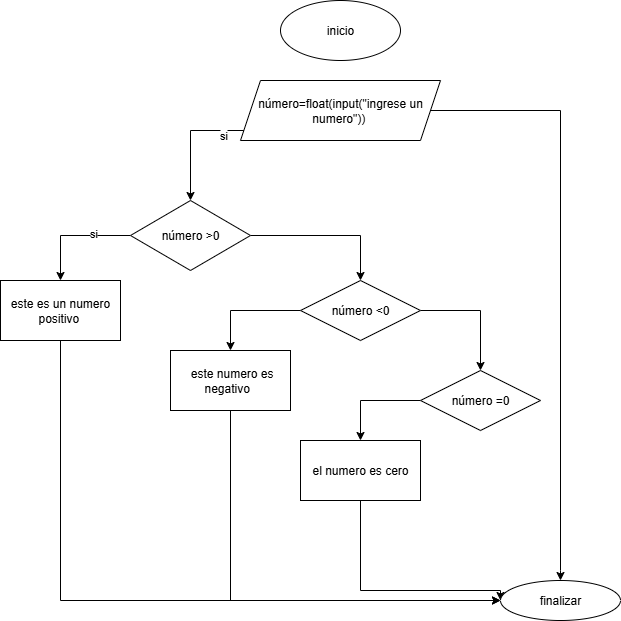
The draw.io diagram diagramas_de_flujo/ejercicio 1.png in juan-tarapues01/Programacion-de-Software, before a commit. Source tidied: cells renumbered, new cells last; positions are measured from the earlier drawing's top-left corner, leaving out a move shared by most shapes.
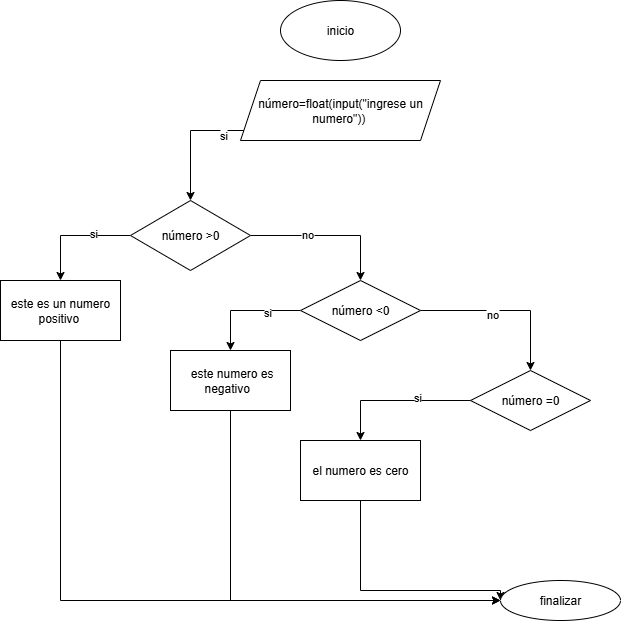
The same file after the commit.

Diff of the diagram source:
```diff
@@ -25,6 +25,11 @@
     <mxCell id="7" style="edgeStyle=orthogonalEdgeStyle;rounded=0;jettySize=auto;html=1;exitX=1;exitY=0.5;exitDx=0;exitDy=0;entryX=0.5;entryY=0;entryDx=0;entryDy=0;" parent="1" edge="1" source="8" target="13">
       <mxGeometry relative="1" as="geometry" />
     </mxCell>
+    <mxCell id="23" value="no" style="edgeLabel;html=1;align=center;verticalAlign=middle;" parent="7" vertex="1">
+      <mxGeometry x="-0.28" y="2" relative="1" as="geometry">
+        <mxPoint x="-1" as="offset" />
+      </mxGeometry>
+    </mxCell>
     <mxCell id="8" value="número &amp;gt;0" style="rhombus;whiteSpace=wrap;html=1;" parent="1" vertex="1">
       <mxGeometry x="130" y="200" width="120" height="70" as="geometry" />
     </mxCell>
@@ -37,9 +42,23 @@
     <mxCell id="11" style="edgeStyle=orthogonalEdgeStyle;rounded=0;jettySize=auto;html=1;exitX=1;exitY=0.5;exitDx=0;exitDy=0;entryX=0.5;entryY=0;entryDx=0;entryDy=0;" parent="1" edge="1" source="13" target="15">
       <mxGeometry relative="1" as="geometry" />
     </mxCell>
+    <mxCell id="24" value="no" style="edgeLabel;html=1;align=center;verticalAlign=middle;" parent="11" vertex="1">
+      <mxGeometry x="-0.17" y="-3" relative="1" as="geometry">
+        <mxPoint x="-1" as="offset" />
+      </mxGeometry>
+    </mxCell>
     <mxCell id="12" style="edgeStyle=orthogonalEdgeStyle;rounded=0;jettySize=auto;html=1;entryX=0.5;entryY=0;entryDx=0;entryDy=0;" parent="1" edge="1" source="13" target="17">
-      <mxGeometry relative="1" as="geometry" />
+      <mxGeometry relative="1" as="geometry">
+        <Array as="points">
+          <mxPoint x="230" y="310" />
+        </Array>
+      </mxGeometry>
     </mxCell>
+    <mxCell id="25" value="si" style="edgeLabel;html=1;align=center;verticalAlign=middle;" parent="12" vertex="1">
+      <mxGeometry x="-0.38" y="1" relative="1" as="geometry">
+        <mxPoint x="-1" as="offset" />
+      </mxGeometry>
+    </mxCell>
     <mxCell id="13" value="número &amp;lt;0" style="rhombus;whiteSpace=wrap;html=1;" parent="1" vertex="1">
       <mxGeometry x="300" y="280" width="120" height="60" as="geometry" />
     </mxCell>
@@ -50,8 +69,13 @@
         </Array>
       </mxGeometry>
     </mxCell>
+    <mxCell id="26" value="si" style="edgeLabel;html=1;align=center;verticalAlign=middle;" parent="14" vertex="1">
+      <mxGeometry x="-0.28" y="-4" relative="1" as="geometry">
+        <mxPoint x="-1" as="offset" />
+      </mxGeometry>
+    </mxCell>
     <mxCell id="15" value="número =0" style="rhombus;whiteSpace=wrap;html=1;" parent="1" vertex="1">
-      <mxGeometry x="420" y="370" width="120" height="60" as="geometry" />
+      <mxGeometry x="470" y="370" width="120" height="60" as="geometry" />
     </mxCell>
     <mxCell id="16" style="edgeStyle=orthogonalEdgeStyle;rounded=0;jettySize=auto;html=1;exitX=0.5;exitY=1;exitDx=0;exitDy=0;entryX=0;entryY=0.5;entryDx=0;entryDy=0;" parent="1" edge="1" source="17" target="22">
       <mxGeometry relative="1" as="geometry" />
@@ -59,14 +83,6 @@
     <mxCell id="17" value="&amp;nbsp;este numero es negativo&amp;nbsp;&amp;nbsp;" style="rounded=0;whiteSpace=wrap;html=1;" parent="1" vertex="1">
       <mxGeometry x="170" y="350" width="120" height="60" as="geometry" />
     </mxCell>
-    <mxCell id="18" style="edgeStyle=orthogonalEdgeStyle;rounded=0;jettySize=auto;html=1;entryX=0.5;entryY=0;entryDx=0;entryDy=0;" parent="1" edge="1" source="19" target="22">
-      <mxGeometry relative="1" as="geometry">
-        <Array as="points">
-          <mxPoint x="560" y="110" />
-          <mxPoint x="560" y="570" />
-        </Array>
-      </mxGeometry>
-    </mxCell>
     <mxCell id="19" value="número=float(input(&quot;ingrese un numero&quot;))&amp;nbsp;" style="shape=parallelogram;perimeter=parallelogramPerimeter;whiteSpace=wrap;html=1;fixedSize=1;" parent="1" vertex="1">
       <mxGeometry x="240" y="80" width="200" height="60" as="geometry" />
     </mxCell>
```
